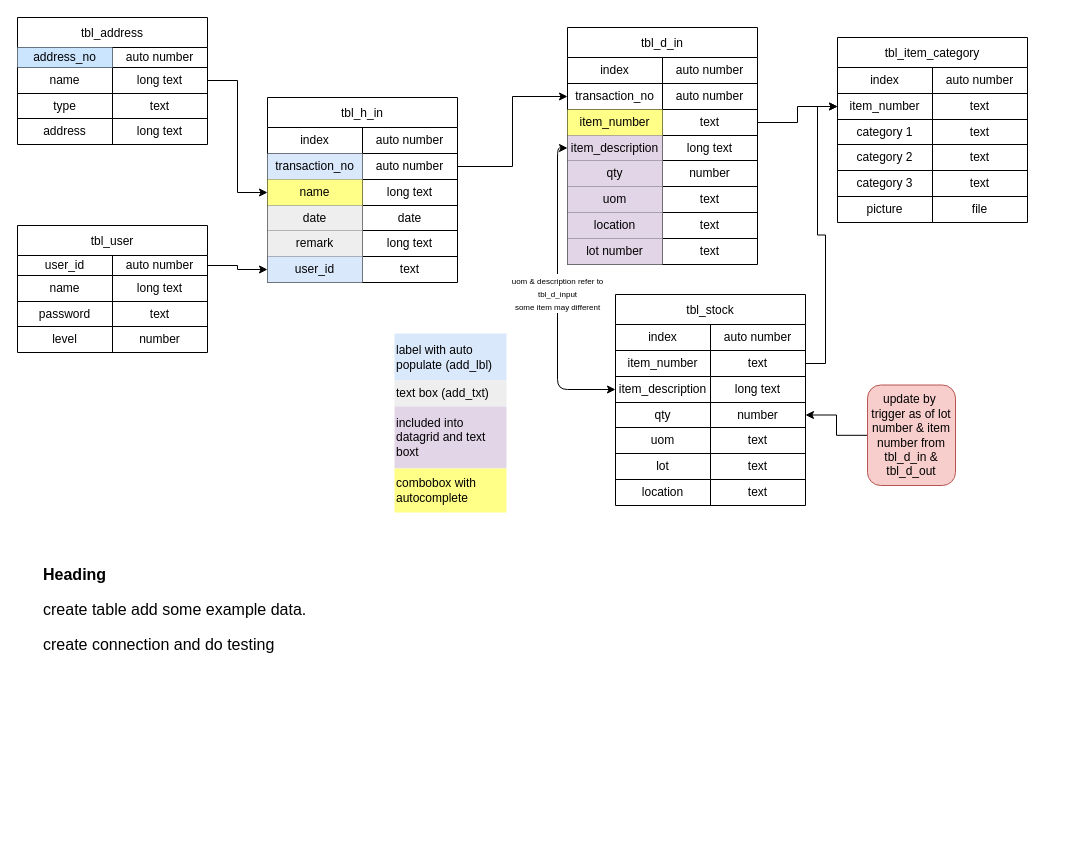
Above: Warehouse.drawio in enopandio/diagram (draw.io), before the change. Source tidied: cells renumbered, new cells numbered last; positions are measured from the earlier drawing's top-left corner, leaving out a move shared by most shapes. Both pictures are drawn from the tidied source at 100%, with x=0, y=0 at pixel (17, 17).
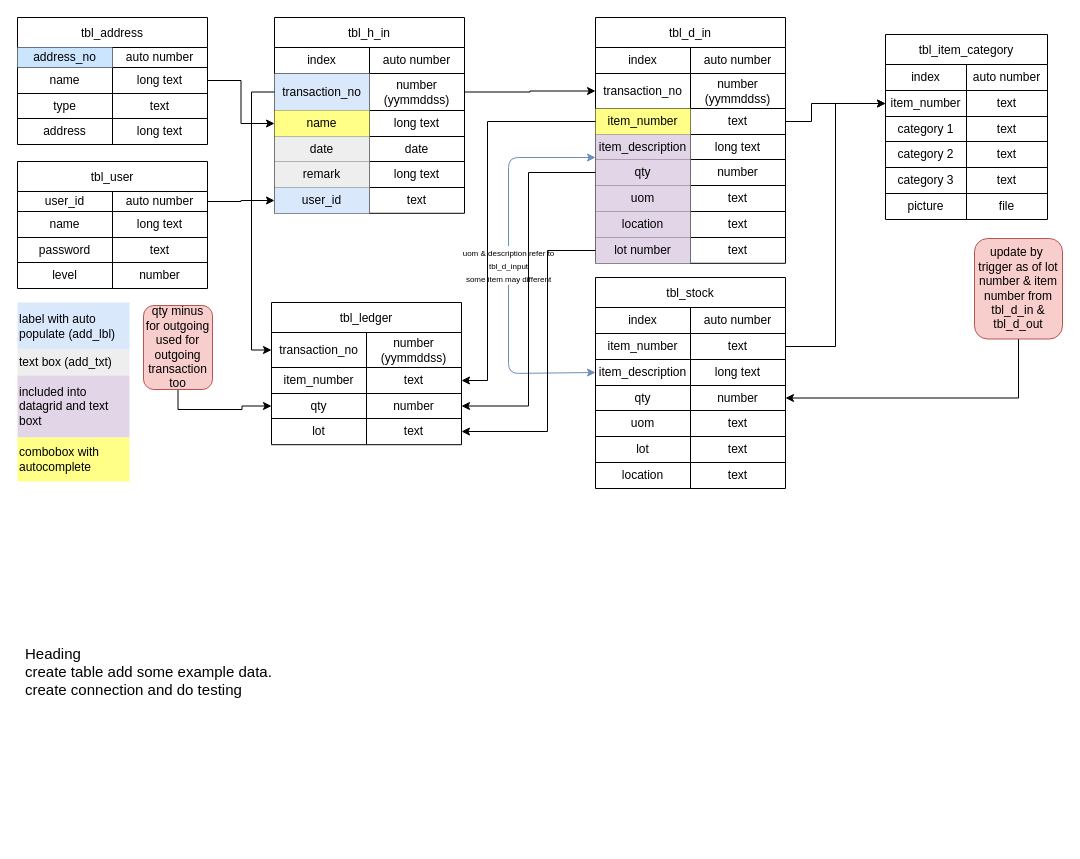
The same page after the edit.

Unchanged cells that the change refers to:
```xml
<mxCell id="88" style="shape=tableRow;horizontal=0;startSize=0;swimlaneHead=0;swimlaneBody=0;top=0;left=0;bottom=0;right=0;fillColor=none;points=[[0,0.5],[1,0.5]];portConstraint=eastwest;" parent="81" vertex="1">
  <mxGeometry y="82" width="190" height="26" as="geometry" />
</mxCell>
```

The edit, as a diff of the source:
```diff
@@
     <mxCell id="2" value="tbl_h_in" style="shape=table;startSize=30;childLayout=tableLayout;" parent="1" vertex="1">
-      <mxGeometry x="250" y="80" width="190" height="185" as="geometry" />
+      <mxGeometry x="257" width="190" height="195.8" as="geometry" />
     </mxCell>
@@
     <mxCell id="6" style="shape=tableRow;horizontal=0;startSize=0;swimlaneHead=0;swimlaneBody=0;top=0;left=0;bottom=0;right=0;fillColor=none;points=[[0,0.5],[1,0.5]];portConstraint=eastwest;" parent="2" vertex="1">
-      <mxGeometry y="56" width="190" height="26" as="geometry" />
+      <mxGeometry y="56" width="190" height="37" as="geometry" />
     </mxCell>
     <mxCell id="7" value="transaction_no" style="shape=partialRectangle;html=1;whiteSpace=wrap;overflow=hidden;fillColor=#dae8fc;top=0;left=0;bottom=0;right=0;strokeColor=#6c8ebf;" parent="6" vertex="1">
-      <mxGeometry width="95" height="26" as="geometry" />
+      <mxGeometry width="95" height="37" as="geometry" />
     </mxCell>
-    <mxCell id="8" value="auto number" style="shape=partialRectangle;html=1;whiteSpace=wrap;overflow=hidden;fillColor=none;top=0;left=0;bottom=0;right=0;" parent="6" vertex="1">
-      <mxGeometry x="95" width="95" height="26" as="geometry" />
+    <mxCell id="8" value="number (yymmddss)" style="shape=partialRectangle;html=1;whiteSpace=wrap;overflow=hidden;fillColor=none;top=0;left=0;bottom=0;right=0;" parent="6" vertex="1">
+      <mxGeometry x="95" width="95" height="37" as="geometry" />
     </mxCell>
     <mxCell id="9" style="shape=tableRow;horizontal=0;startSize=0;swimlaneHead=0;swimlaneBody=0;top=0;left=0;bottom=0;right=0;fillColor=none;points=[[0,0.5],[1,0.5]];portConstraint=eastwest;" parent="2" vertex="1">
-      <mxGeometry y="82" width="190" height="26" as="geometry" />
+      <mxGeometry y="93" width="190" height="26" as="geometry" />
     </mxCell>
@@
     <mxCell id="12" style="shape=tableRow;horizontal=0;startSize=0;swimlaneHead=0;swimlaneBody=0;top=0;left=0;bottom=0;right=0;fillColor=none;" parent="2" vertex="1">
-      <mxGeometry y="108" width="190" height="25" as="geometry" />
+      <mxGeometry y="119" width="190" height="25" as="geometry" />
     </mxCell>
@@
     <mxCell id="15" style="shape=tableRow;horizontal=0;startSize=0;swimlaneHead=0;swimlaneBody=0;top=0;left=0;bottom=0;right=0;fillColor=none;" parent="2" vertex="1">
-      <mxGeometry y="133" width="190" height="26" as="geometry" />
+      <mxGeometry y="144" width="190" height="26" as="geometry" />
     </mxCell>
@@
     <mxCell id="18" style="shape=tableRow;horizontal=0;startSize=0;swimlaneHead=0;swimlaneBody=0;top=0;left=0;bottom=0;right=0;fillColor=none;points=[[0,0.5],[1,0.5]];portConstraint=eastwest;" parent="2" vertex="1">
-      <mxGeometry y="159" width="190" height="26" as="geometry" />
+      <mxGeometry y="170" width="190" height="26" as="geometry" />
     </mxCell>
@@
     <mxCell id="35" value="tbl_d_in" style="shape=table;startSize=30;childLayout=tableLayout;" parent="1" vertex="1">
-      <mxGeometry x="550" y="10" width="190" height="237" as="geometry" />
+      <mxGeometry x="578" width="190" height="245.8" as="geometry" />
     </mxCell>
@@
     <mxCell id="39" style="shape=tableRow;horizontal=0;startSize=0;swimlaneHead=0;swimlaneBody=0;top=0;left=0;bottom=0;right=0;fillColor=none;points=[[0,0.5],[1,0.5]];portConstraint=eastwest;" parent="35" vertex="1">
-      <mxGeometry y="56" width="190" height="26" as="geometry" />
+      <mxGeometry y="56" width="190" height="35" as="geometry" />
     </mxCell>
     <mxCell id="40" value="transaction_no" style="shape=partialRectangle;html=1;whiteSpace=wrap;overflow=hidden;fillColor=none;top=0;left=0;bottom=0;right=0;" parent="39" vertex="1">
-      <mxGeometry width="95" height="26" as="geometry" />
+      <mxGeometry width="95" height="35" as="geometry" />
     </mxCell>
-    <mxCell id="41" value="auto number" style="shape=partialRectangle;html=1;whiteSpace=wrap;overflow=hidden;fillColor=none;top=0;left=0;bottom=0;right=0;" parent="39" vertex="1">
-      <mxGeometry x="95" width="95" height="26" as="geometry" />
+    <mxCell id="41" value="number (yymmddss)" style="shape=partialRectangle;html=1;whiteSpace=wrap;overflow=hidden;fillColor=none;top=0;left=0;bottom=0;right=0;" parent="39" vertex="1">
+      <mxGeometry x="95" width="95" height="35" as="geometry" />
     </mxCell>
     <mxCell id="42" style="shape=tableRow;horizontal=0;startSize=0;swimlaneHead=0;swimlaneBody=0;top=0;left=0;bottom=0;right=0;fillColor=none;points=[[0,0.5],[1,0.5]];portConstraint=eastwest;" parent="35" vertex="1">
-      <mxGeometry y="82" width="190" height="26" as="geometry" />
+      <mxGeometry y="91" width="190" height="26" as="geometry" />
     </mxCell>
@@
     <mxCell id="45" style="shape=tableRow;horizontal=0;startSize=0;swimlaneHead=0;swimlaneBody=0;top=0;left=0;bottom=0;right=0;fillColor=none;points=[[0,0.5],[1,0.5]];portConstraint=eastwest;" parent="35" vertex="1">
-      <mxGeometry y="108" width="190" height="25" as="geometry" />
+      <mxGeometry y="117" width="190" height="25" as="geometry" />
     </mxCell>
@@
     <mxCell id="48" style="shape=tableRow;horizontal=0;startSize=0;swimlaneHead=0;swimlaneBody=0;top=0;left=0;bottom=0;right=0;fillColor=none;points=[[0,0.5],[1,0.5]];portConstraint=eastwest;" parent="35" vertex="1">
-      <mxGeometry y="133" width="190" height="26" as="geometry" />
+      <mxGeometry y="142" width="190" height="26" as="geometry" />
     </mxCell>
@@
     <mxCell id="51" style="shape=tableRow;horizontal=0;startSize=0;swimlaneHead=0;swimlaneBody=0;top=0;left=0;bottom=0;right=0;fillColor=none;" parent="35" vertex="1">
-      <mxGeometry y="159" width="190" height="26" as="geometry" />
+      <mxGeometry y="168" width="190" height="26" as="geometry" />
     </mxCell>
@@
     <mxCell id="54" style="shape=tableRow;horizontal=0;startSize=0;swimlaneHead=0;swimlaneBody=0;top=0;left=0;bottom=0;right=0;fillColor=none;" parent="35" vertex="1">
-      <mxGeometry y="185" width="190" height="26" as="geometry" />
+      <mxGeometry y="194" width="190" height="26" as="geometry" />
     </mxCell>
@@
     <mxCell id="57" style="shape=tableRow;horizontal=0;startSize=0;swimlaneHead=0;swimlaneBody=0;top=0;left=0;bottom=0;right=0;fillColor=none;points=[[0,0.5],[1,0.5]];portConstraint=eastwest;" parent="35" vertex="1">
-      <mxGeometry y="211" width="190" height="26" as="geometry" />
+      <mxGeometry y="220" width="190" height="26" as="geometry" />
     </mxCell>
@@
     <mxCell id="61" value="tbl_item_category" style="shape=table;startSize=30;childLayout=tableLayout;" parent="1" vertex="1">
-      <mxGeometry x="820" y="20" width="190" height="185" as="geometry" />
+      <mxGeometry x="868" y="17" width="162" height="185" as="geometry" />
     </mxCell>
     <mxCell id="62" style="shape=tableRow;horizontal=0;startSize=0;swimlaneHead=0;swimlaneBody=0;top=0;left=0;bottom=0;right=0;fillColor=none;" parent="61" vertex="1">
-      <mxGeometry y="30" width="190" height="26" as="geometry" />
+      <mxGeometry y="30" width="162" height="26" as="geometry" />
     </mxCell>
     <mxCell id="63" value="index" style="shape=partialRectangle;html=1;whiteSpace=wrap;overflow=hidden;fillColor=none;top=0;left=0;bottom=0;right=0;" parent="62" vertex="1">
-      <mxGeometry width="95" height="26" as="geometry" />
+      <mxGeometry width="81" height="26" as="geometry" />
     </mxCell>
     <mxCell id="64" value="auto number" style="shape=partialRectangle;html=1;whiteSpace=wrap;overflow=hidden;fillColor=none;top=0;left=0;bottom=0;right=0;" parent="62" vertex="1">
-      <mxGeometry x="95" width="95" height="26" as="geometry" />
+      <mxGeometry x="81" width="81" height="26" as="geometry" />
     </mxCell>
     <mxCell id="65" style="shape=tableRow;horizontal=0;startSize=0;swimlaneHead=0;swimlaneBody=0;top=0;left=0;bottom=0;right=0;fillColor=none;points=[[0,0.5],[1,0.5]];portConstraint=eastwest;" parent="61" vertex="1">
-      <mxGeometry y="56" width="190" height="26" as="geometry" />
+      <mxGeometry y="56" width="162" height="26" as="geometry" />
     </mxCell>
     <mxCell id="66" value="item_number" style="shape=partialRectangle;html=1;whiteSpace=wrap;overflow=hidden;fillColor=none;top=0;left=0;bottom=0;right=0;" parent="65" vertex="1">
-      <mxGeometry width="95" height="26" as="geometry" />
+      <mxGeometry width="81" height="26" as="geometry" />
     </mxCell>
     <mxCell id="67" value="text" style="shape=partialRectangle;html=1;whiteSpace=wrap;overflow=hidden;fillColor=none;top=0;left=0;bottom=0;right=0;" parent="65" vertex="1">
-      <mxGeometry x="95" width="95" height="26" as="geometry" />
+      <mxGeometry x="81" width="81" height="26" as="geometry" />
     </mxCell>
     <mxCell id="68" style="shape=tableRow;horizontal=0;startSize=0;swimlaneHead=0;swimlaneBody=0;top=0;left=0;bottom=0;right=0;fillColor=none;" parent="61" vertex="1">
-      <mxGeometry y="82" width="190" height="25" as="geometry" />
+      <mxGeometry y="82" width="162" height="25" as="geometry" />
     </mxCell>
     <mxCell id="69" value="category 1" style="shape=partialRectangle;html=1;whiteSpace=wrap;overflow=hidden;fillColor=none;top=0;left=0;bottom=0;right=0;" parent="68" vertex="1">
-      <mxGeometry width="95" height="25" as="geometry" />
+      <mxGeometry width="81" height="25" as="geometry" />
     </mxCell>
     <mxCell id="70" value="text" style="shape=partialRectangle;html=1;whiteSpace=wrap;overflow=hidden;fillColor=none;top=0;left=0;bottom=0;right=0;" parent="68" vertex="1">
-      <mxGeometry x="95" width="95" height="25" as="geometry" />
+      <mxGeometry x="81" width="81" height="25" as="geometry" />
     </mxCell>
     <mxCell id="71" style="shape=tableRow;horizontal=0;startSize=0;swimlaneHead=0;swimlaneBody=0;top=0;left=0;bottom=0;right=0;fillColor=none;" parent="61" vertex="1">
-      <mxGeometry y="107" width="190" height="26" as="geometry" />
+      <mxGeometry y="107" width="162" height="26" as="geometry" />
     </mxCell>
     <mxCell id="72" value="category 2" style="shape=partialRectangle;html=1;whiteSpace=wrap;overflow=hidden;fillColor=none;top=0;left=0;bottom=0;right=0;" parent="71" vertex="1">
-      <mxGeometry width="95" height="26" as="geometry" />
+      <mxGeometry width="81" height="26" as="geometry" />
     </mxCell>
     <mxCell id="73" value="text" style="shape=partialRectangle;html=1;whiteSpace=wrap;overflow=hidden;fillColor=none;top=0;left=0;bottom=0;right=0;" parent="71" vertex="1">
-      <mxGeometry x="95" width="95" height="26" as="geometry" />
+      <mxGeometry x="81" width="81" height="26" as="geometry" />
     </mxCell>
     <mxCell id="74" style="shape=tableRow;horizontal=0;startSize=0;swimlaneHead=0;swimlaneBody=0;top=0;left=0;bottom=0;right=0;fillColor=none;" parent="61" vertex="1">
-      <mxGeometry y="133" width="190" height="26" as="geometry" />
+      <mxGeometry y="133" width="162" height="26" as="geometry" />
     </mxCell>
     <mxCell id="75" value="category 3" style="shape=partialRectangle;html=1;whiteSpace=wrap;overflow=hidden;fillColor=none;top=0;left=0;bottom=0;right=0;" parent="74" vertex="1">
-      <mxGeometry width="95" height="26" as="geometry" />
+      <mxGeometry width="81" height="26" as="geometry" />
     </mxCell>
     <mxCell id="76" value="text" style="shape=partialRectangle;html=1;whiteSpace=wrap;overflow=hidden;fillColor=none;top=0;left=0;bottom=0;right=0;" parent="74" vertex="1">
-      <mxGeometry x="95" width="95" height="26" as="geometry" />
+      <mxGeometry x="81" width="81" height="26" as="geometry" />
     </mxCell>
     <mxCell id="77" style="shape=tableRow;horizontal=0;startSize=0;swimlaneHead=0;swimlaneBody=0;top=0;left=0;bottom=0;right=0;fillColor=none;" parent="61" vertex="1">
-      <mxGeometry y="159" width="190" height="26" as="geometry" />
+      <mxGeometry y="159" width="162" height="26" as="geometry" />
     </mxCell>
     <mxCell id="78" value="picture" style="shape=partialRectangle;html=1;whiteSpace=wrap;overflow=hidden;fillColor=none;top=0;left=0;bottom=0;right=0;" parent="77" vertex="1">
-      <mxGeometry width="95" height="26" as="geometry" />
+      <mxGeometry width="81" height="26" as="geometry" />
     </mxCell>
     <mxCell id="79" value="file" style="shape=partialRectangle;html=1;whiteSpace=wrap;overflow=hidden;fillColor=none;top=0;left=0;bottom=0;right=0;" parent="77" vertex="1">
-      <mxGeometry x="95" width="95" height="26" as="geometry" />
+      <mxGeometry x="81" width="81" height="26" as="geometry" />
     </mxCell>
     <mxCell id="80" style="edgeStyle=orthogonalEdgeStyle;rounded=0;jettySize=auto;html=1;entryX=0;entryY=0.5;entryDx=0;entryDy=0;" parent="1" edge="1" source="42" target="65">
-      <mxGeometry relative="1" as="geometry" />
+      <mxGeometry relative="1" as="geometry">
+        <Array as="points">
+          <mxPoint x="794" y="104" />
+          <mxPoint x="794" y="86" />
+        </Array>
+      </mxGeometry>
     </mxCell>
     <mxCell id="81" value="tbl_stock" style="shape=table;startSize=30;childLayout=tableLayout;" parent="1" vertex="1">
-      <mxGeometry x="598" y="277" width="190" height="211" as="geometry" />
+      <mxGeometry x="578" y="260" width="190" height="211" as="geometry" />
     </mxCell>
@@
-    <mxCell id="104" value="&lt;font style=&quot;font-size: 8px&quot;&gt;uom &amp;amp; description refer to&lt;br&gt;tbl_d_input&lt;br&gt;some item may different&lt;/font&gt;" style="endArrow=classic;startArrow=classic;html=1;fontFamily=Helvetica;fontSize=11;fontColor=rgb(0, 0, 0);align=center;strokeColor=rgb(0, 0, 0);edgeStyle=orthogonalEdgeStyle;" parent="1" edge="1" source="45">
+    <mxCell id="104" value="&lt;font style=&quot;font-size: 8px&quot;&gt;uom &amp;amp; description refer to&lt;br&gt;tbl_d_input&lt;br&gt;some item may different&lt;/font&gt;" style="endArrow=classic;startArrow=classic;html=1;fontFamily=Helvetica;fontSize=11;fontColor=rgb(0, 0, 0);align=center;strokeColor=#6c8ebf;edgeStyle=orthogonalEdgeStyle;entryX=0;entryY=0.5;entryDx=0;entryDy=0;fillColor=#dae8fc;" parent="1" edge="1" source="45" target="88">
       <mxGeometry relative="1" as="geometry">
-        <mxPoint x="598" y="372" as="targetPoint" />
         <Array as="points">
-          <mxPoint x="540" y="131" />
-          <mxPoint x="540" y="372" />
+          <mxPoint x="491" y="140" />
+          <mxPoint x="491" y="356" />
         </Array>
       </mxGeometry>
     </mxCell>
@@
     <mxCell id="106" value="update by&amp;nbsp; trigger as of lot number &amp;amp; item number from tbl_d_in &amp;amp; tbl_d_out" style="rounded=1;whiteSpace=wrap;html=1;fontSize=12;fillColor=#f8cecc;strokeColor=#b85450;" parent="1" vertex="1">
-      <mxGeometry x="850" y="367.5" width="88" height="100.5" as="geometry" />
+      <mxGeometry x="957" y="221" width="88" height="100.5" as="geometry" />
     </mxCell>
     <mxCell id="107" value="tbl_user" style="shape=table;startSize=30;childLayout=tableLayout;" parent="1" vertex="1">
-      <mxGeometry y="208" width="190" height="127" as="geometry" />
+      <mxGeometry y="144" width="190" height="127" as="geometry" />
     </mxCell>
@@
     <mxCell id="121" value="label with auto populate (add_lbl)" style="shape=partialRectangle;html=1;whiteSpace=wrap;overflow=hidden;fillColor=#dae8fc;top=0;left=0;bottom=0;right=0;strokeColor=#6c8ebf;align=left;" parent="1" vertex="1">
-      <mxGeometry x="377" y="316" width="112" height="47" as="geometry" />
+      <mxGeometry y="285" width="112" height="47" as="geometry" />
     </mxCell>
     <mxCell id="122" value="text box (add_txt)" style="shape=partialRectangle;html=1;whiteSpace=wrap;overflow=hidden;fillColor=#eeeeee;top=0;left=0;bottom=0;right=0;strokeColor=#36393d;align=left;" parent="1" vertex="1">
-      <mxGeometry x="377" y="363" width="112" height="26" as="geometry" />
+      <mxGeometry y="332" width="112" height="26" as="geometry" />
     </mxCell>
     <mxCell id="123" value="included into datagrid and text boxt" style="shape=partialRectangle;html=1;whiteSpace=wrap;overflow=hidden;fillColor=#e1d5e7;top=0;left=0;bottom=0;right=0;strokeColor=#9673a6;align=left;" parent="1" vertex="1">
-      <mxGeometry x="377" y="389" width="112" height="62" as="geometry" />
+      <mxGeometry y="358" width="112" height="62" as="geometry" />
     </mxCell>
     <mxCell id="124" value="combobox with autocomplete" style="shape=partialRectangle;html=1;whiteSpace=wrap;overflow=hidden;fillColor=#ffff88;top=0;left=0;bottom=0;right=0;strokeColor=#36393d;align=left;" parent="1" vertex="1">
-      <mxGeometry x="377" y="451" width="112" height="44" as="geometry" />
+      <mxGeometry y="420" width="112" height="44" as="geometry" />
     </mxCell>
-    <mxCell id="125" value="&lt;h1 style=&quot;font-size: 16px&quot;&gt;Heading&lt;/h1&gt;&lt;p style=&quot;font-size: 16px&quot;&gt;create table add some example data.&lt;/p&gt;&lt;p style=&quot;font-size: 16px&quot;&gt;create connection and do testing&lt;/p&gt;" style="text;html=1;strokeColor=none;fillColor=none;spacing=5;spacingTop=-20;whiteSpace=wrap;overflow=hidden;rounded=0;fontSize=16;" parent="1" vertex="1">
-      <mxGeometry x="21" y="547" width="974" height="277" as="geometry" />
+    <mxCell id="125" value="Heading&#10;create table add some example data.&#10;create connection and do testing" style="text;strokeColor=none;fillColor=none;spacing=5;spacingTop=-6;whiteSpace=wrap;overflow=hidden;rounded=0;fontSize=15;verticalAlign=top;" parent="1" vertex="1">
+      <mxGeometry x="3" y="624" width="540" height="179" as="geometry" />
     </mxCell>
+    <mxCell id="126" value="tbl_ledger" style="shape=table;startSize=30;childLayout=tableLayout;" parent="1" vertex="1">
+      <mxGeometry x="254" y="285" width="190" height="142.2" as="geometry" />
+    </mxCell>
+    <mxCell id="127" style="shape=tableRow;horizontal=0;startSize=0;swimlaneHead=0;swimlaneBody=0;top=0;left=0;bottom=0;right=0;fillColor=none;points=[[0,0.5],[1,0.5]];portConstraint=eastwest;" parent="126" vertex="1">
+      <mxGeometry y="30" width="190" height="35" as="geometry" />
+    </mxCell>
+    <mxCell id="128" value="transaction_no" style="shape=partialRectangle;html=1;whiteSpace=wrap;overflow=hidden;fillColor=none;top=0;left=0;bottom=0;right=0;" parent="127" vertex="1">
+      <mxGeometry width="95" height="35" as="geometry" />
+    </mxCell>
+    <mxCell id="129" value="number (yymmddss)" style="shape=partialRectangle;html=1;whiteSpace=wrap;overflow=hidden;fillColor=none;top=0;left=0;bottom=0;right=0;" parent="127" vertex="1">
+      <mxGeometry x="95" width="95" height="35" as="geometry" />
+    </mxCell>
+    <mxCell id="130" style="shape=tableRow;horizontal=0;startSize=0;swimlaneHead=0;swimlaneBody=0;top=0;left=0;bottom=0;right=0;fillColor=none;points=[[0,0.5],[1,0.5]];portConstraint=eastwest;" parent="126" vertex="1">
+      <mxGeometry y="65" width="190" height="26" as="geometry" />
+    </mxCell>
+    <mxCell id="131" value="item_number" style="shape=partialRectangle;html=1;whiteSpace=wrap;overflow=hidden;fillColor=none;top=0;left=0;bottom=0;right=0;" parent="130" vertex="1">
+      <mxGeometry width="95" height="26" as="geometry" />
+    </mxCell>
+    <mxCell id="132" value="text" style="shape=partialRectangle;html=1;whiteSpace=wrap;overflow=hidden;fillColor=none;top=0;left=0;bottom=0;right=0;" parent="130" vertex="1">
+      <mxGeometry x="95" width="95" height="26" as="geometry" />
+    </mxCell>
+    <mxCell id="133" style="shape=tableRow;horizontal=0;startSize=0;swimlaneHead=0;swimlaneBody=0;top=0;left=0;bottom=0;right=0;fillColor=none;points=[[0,0.5],[1,0.5]];portConstraint=eastwest;" parent="126" vertex="1">
+      <mxGeometry y="91" width="190" height="25" as="geometry" />
+    </mxCell>
+    <mxCell id="134" value="qty" style="shape=partialRectangle;html=1;whiteSpace=wrap;overflow=hidden;fillColor=none;top=0;left=0;bottom=0;right=0;" parent="133" vertex="1">
+      <mxGeometry width="95" height="25" as="geometry" />
+    </mxCell>
+    <mxCell id="135" value="number" style="shape=partialRectangle;html=1;whiteSpace=wrap;overflow=hidden;fillColor=none;top=0;left=0;bottom=0;right=0;" parent="133" vertex="1">
+      <mxGeometry x="95" width="95" height="25" as="geometry" />
+    </mxCell>
+    <mxCell id="136" style="shape=tableRow;horizontal=0;startSize=0;swimlaneHead=0;swimlaneBody=0;top=0;left=0;bottom=0;right=0;fillColor=none;points=[[0,0.5],[1,0.5]];portConstraint=eastwest;" parent="126" vertex="1">
+      <mxGeometry y="116" width="190" height="26" as="geometry" />
+    </mxCell>
+    <mxCell id="137" value="lot" style="shape=partialRectangle;html=1;whiteSpace=wrap;overflow=hidden;fillColor=none;top=0;left=0;bottom=0;right=0;" parent="136" vertex="1">
+      <mxGeometry width="95" height="26" as="geometry" />
+    </mxCell>
+    <mxCell id="138" value="text" style="shape=partialRectangle;html=1;whiteSpace=wrap;overflow=hidden;fillColor=none;top=0;left=0;bottom=0;right=0;" parent="136" vertex="1">
+      <mxGeometry x="95" width="95" height="26" as="geometry" />
+    </mxCell>
+    <mxCell id="139" style="edgeStyle=orthogonalEdgeStyle;rounded=0;jettySize=auto;html=1;entryX=0;entryY=0.5;entryDx=0;entryDy=0;fontSize=15;" parent="1" edge="1" source="140" target="133">
+      <mxGeometry relative="1" as="geometry" />
+    </mxCell>
+    <mxCell id="140" value="qty minus for outgoing&lt;br&gt;used for outgoing transaction too" style="rounded=1;whiteSpace=wrap;html=1;fontSize=12;fillColor=#f8cecc;strokeColor=#b85450;" parent="1" vertex="1">
+      <mxGeometry x="126" y="288" width="69" height="84" as="geometry" />
+    </mxCell>
+    <mxCell id="141" style="edgeStyle=orthogonalEdgeStyle;rounded=0;jettySize=auto;html=1;entryX=0;entryY=0.5;entryDx=0;entryDy=0;fontSize=15;" parent="1" edge="1" source="6" target="127">
+      <mxGeometry relative="1" as="geometry" />
+    </mxCell>
+    <mxCell id="142" style="edgeStyle=orthogonalEdgeStyle;rounded=0;jettySize=auto;html=1;exitX=0;exitY=0.5;exitDx=0;exitDy=0;entryX=1;entryY=0.5;entryDx=0;entryDy=0;fontSize=15;" parent="1" edge="1" source="42" target="130">
+      <mxGeometry relative="1" as="geometry">
+        <Array as="points">
+          <mxPoint x="470" y="104" />
+          <mxPoint x="470" y="363" />
+        </Array>
+      </mxGeometry>
+    </mxCell>
+    <mxCell id="143" style="edgeStyle=orthogonalEdgeStyle;rounded=0;jettySize=auto;html=1;exitX=0;exitY=0.5;exitDx=0;exitDy=0;entryX=1;entryY=0.5;entryDx=0;entryDy=0;fontSize=15;" parent="1" edge="1" source="48" target="133">
+      <mxGeometry relative="1" as="geometry" />
+    </mxCell>
+    <mxCell id="144" style="edgeStyle=orthogonalEdgeStyle;rounded=0;jettySize=auto;html=1;exitX=0;exitY=0.5;exitDx=0;exitDy=0;entryX=1;entryY=0.5;entryDx=0;entryDy=0;fontSize=15;" parent="1" edge="1" source="57" target="136">
+      <mxGeometry relative="1" as="geometry">
+        <Array as="points">
+          <mxPoint x="530" y="233" />
+          <mxPoint x="530" y="414" />
+        </Array>
+      </mxGeometry>
+    </mxCell>
```
